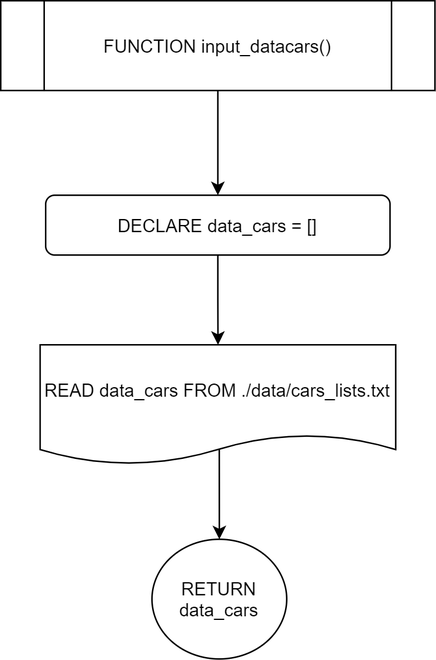
Earlier version of the draw.io export Flowchart/default/input_datacars.png (RabbitBear00/Car-Rental-System). Source tidied: cells renumbered, new cells last; positions are measured from the earlier drawing's top-left corner, leaving out a move shared by most shapes.
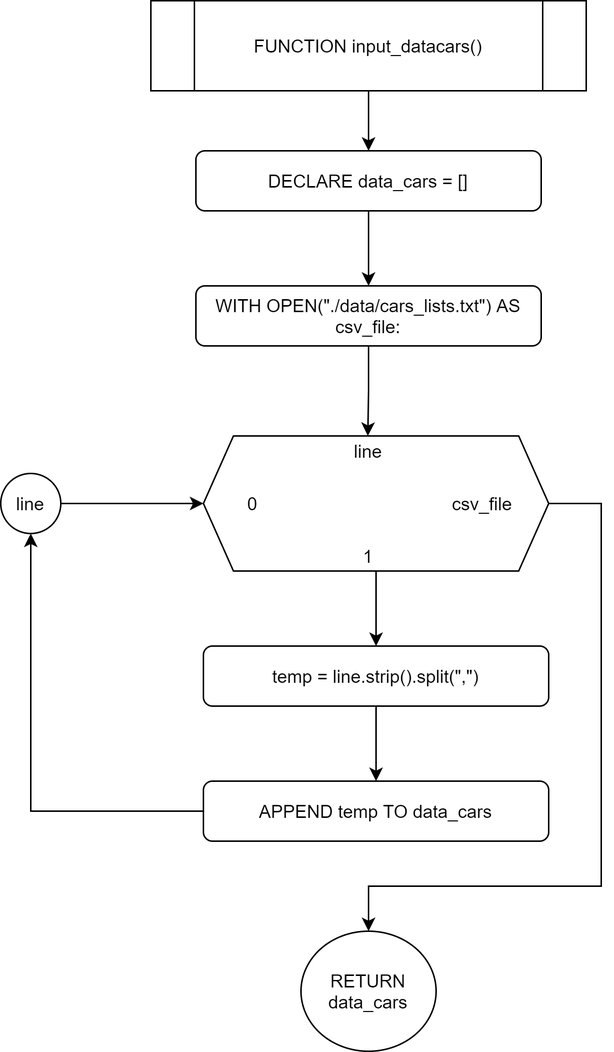
The same diagram one commit later.

Change to the diagram source:
```diff
@@ -6,22 +6,70 @@
       <mxGeometry relative="1" as="geometry" />
     </mxCell>
     <mxCell id="3" value="FUNCTION input_datacars()" style="shape=process;whiteSpace=wrap;html=1;backgroundOutline=1;" parent="1" vertex="1">
-      <mxGeometry width="290" height="60" as="geometry" />
+      <mxGeometry x="480" width="290" height="60" as="geometry" />
     </mxCell>
-    <mxCell id="4" style="edgeStyle=orthogonalEdgeStyle;rounded=0;jettySize=auto;html=1;" parent="1" edge="1" source="5" target="7">
-      <mxGeometry relative="1" as="geometry" />
-    </mxCell>
+    <mxCell id="8" value="RETURN data_cars" style="ellipse;whiteSpace=wrap;html=1;" parent="1" vertex="1">
+      <mxGeometry x="580" y="620" width="90" height="80" as="geometry" />
+    </mxCell>
+    <mxCell id="9" style="edgeStyle=orthogonalEdgeStyle;rounded=0;jettySize=auto;html=1;entryX=0.5;entryY=0;entryDx=0;entryDy=0;" parent="1" edge="1" source="10" target="13">
+      <mxGeometry relative="1" as="geometry" />
+    </mxCell>
+    <mxCell id="10" value="WITH OPEN(&quot;./data/cars_lists.txt&quot;) AS csv_file:" style="rounded=1;whiteSpace=wrap;html=1;" parent="1" vertex="1">
+      <mxGeometry x="510" y="190" width="230" height="40" as="geometry" />
+    </mxCell>
+    <mxCell id="11" style="group;" parent="1" vertex="1">
+      <mxGeometry x="515" y="290" width="230" height="90" as="geometry" />
+    </mxCell>
+    <mxCell id="12" style="shape=hexagon;perimeter=hexagonPerimeter2;whiteSpace=wrap;html=1;fixedSize=1;" parent="11" vertex="1">
+      <mxGeometry width="230" height="90" as="geometry" />
+    </mxCell>
+    <mxCell id="13" value="line" style="text;html=1;strokeColor=none;fillColor=none;align=center;verticalAlign=middle;whiteSpace=wrap;rounded=0;" parent="11" vertex="1">
+      <mxGeometry x="87.6" width="43.8" height="20" as="geometry" />
+    </mxCell>
+    <mxCell id="14" value="0" style="text;html=1;strokeColor=none;fillColor=none;align=center;verticalAlign=middle;whiteSpace=wrap;rounded=0;" parent="11" vertex="1">
+      <mxGeometry x="11" y="35" width="43.8" height="20" as="geometry" />
+    </mxCell>
+    <mxCell id="15" value="1" style="text;html=1;strokeColor=none;fillColor=none;align=center;verticalAlign=middle;whiteSpace=wrap;rounded=0;" parent="11" vertex="1">
+      <mxGeometry x="87.6" y="70" width="43.8" height="20" as="geometry" />
+    </mxCell>
+    <mxCell id="16" value="csv_file" style="text;html=1;strokeColor=none;fillColor=none;align=center;verticalAlign=middle;whiteSpace=wrap;rounded=0;" parent="11" vertex="1">
+      <mxGeometry x="164.3" y="35" width="43.8" height="20" as="geometry" />
+    </mxCell>
+    <mxCell id="17" style="edgeStyle=orthogonalEdgeStyle;rounded=0;jettySize=auto;html=1;" parent="1" edge="1" source="18" target="20">
+      <mxGeometry relative="1" as="geometry" />
+    </mxCell>
+    <mxCell id="18" value="temp = line.strip().split(&quot;,&quot;)" style="rounded=1;whiteSpace=wrap;html=1;" parent="1" vertex="1">
+      <mxGeometry x="515" y="430" width="230" height="40" as="geometry" />
+    </mxCell>
+    <mxCell id="19" style="edgeStyle=orthogonalEdgeStyle;rounded=0;jettySize=auto;html=1;entryX=0.5;entryY=1;entryDx=0;entryDy=0;" parent="1" edge="1" source="20" target="23">
+      <mxGeometry relative="1" as="geometry" />
+    </mxCell>
+    <mxCell id="20" value="APPEND temp TO data_cars" style="rounded=1;whiteSpace=wrap;html=1;" parent="1" vertex="1">
+      <mxGeometry x="515" y="520" width="230" height="40" as="geometry" />
+    </mxCell>
+    <mxCell id="21" style="edgeStyle=orthogonalEdgeStyle;rounded=0;jettySize=auto;html=1;" parent="1" edge="1" source="12" target="18">
+      <mxGeometry relative="1" as="geometry" />
+    </mxCell>
+    <mxCell id="22" style="edgeStyle=orthogonalEdgeStyle;rounded=0;jettySize=auto;html=1;entryX=0;entryY=0.5;entryDx=0;entryDy=0;" parent="1" edge="1" source="23" target="12">
+      <mxGeometry relative="1" as="geometry" />
+    </mxCell>
+    <mxCell id="23" value="line" style="ellipse;whiteSpace=wrap;html=1;" parent="1" vertex="1">
+      <mxGeometry x="380" y="315" width="40" height="40" as="geometry" />
+    </mxCell>
+    <mxCell id="24" style="edgeStyle=orthogonalEdgeStyle;rounded=0;jettySize=auto;html=1;entryX=0.5;entryY=0;entryDx=0;entryDy=0;" parent="1" edge="1" source="12" target="8">
+      <mxGeometry relative="1" as="geometry">
+        <Array as="points">
+          <mxPoint x="780" y="335" />
+          <mxPoint x="780" y="590" />
+          <mxPoint x="625" y="590" />
+        </Array>
+      </mxGeometry>
+    </mxCell>
+    <mxCell id="25" style="edgeStyle=orthogonalEdgeStyle;rounded=0;jettySize=auto;html=1;" parent="1" edge="1" source="5" target="10">
+      <mxGeometry relative="1" as="geometry" />
+    </mxCell>
     <mxCell id="5" value="DECLARE data_cars = []" style="rounded=1;whiteSpace=wrap;html=1;" parent="1" vertex="1">
-      <mxGeometry x="30" y="130" width="230" height="40" as="geometry" />
+      <mxGeometry x="510" y="100" width="230" height="40" as="geometry" />
     </mxCell>
-    <mxCell id="6" style="edgeStyle=orthogonalEdgeStyle;rounded=0;jettySize=auto;html=1;exitX=0.504;exitY=0.863;exitDx=0;exitDy=0;exitPerimeter=0;" parent="1" edge="1" source="7" target="8">
-      <mxGeometry relative="1" as="geometry" />
-    </mxCell>
-    <mxCell id="7" value="&lt;span&gt;READ&amp;nbsp;&lt;/span&gt;data_cars&lt;span&gt;&amp;nbsp;FROM&amp;nbsp;&lt;/span&gt;./data/cars_lists.txt" style="shape=document;whiteSpace=wrap;html=1;boundedLbl=1;size=0.25;" parent="1" vertex="1">
-      <mxGeometry x="26.2" y="230" width="237.5" height="80" as="geometry" />
-    </mxCell>
-    <mxCell id="8" value="RETURN data_cars" style="ellipse;whiteSpace=wrap;html=1;" parent="1" vertex="1">
-      <mxGeometry x="101" y="360" width="90" height="80" as="geometry" />
-    </mxCell>
   </root>
 </mxGraphModel>
```
